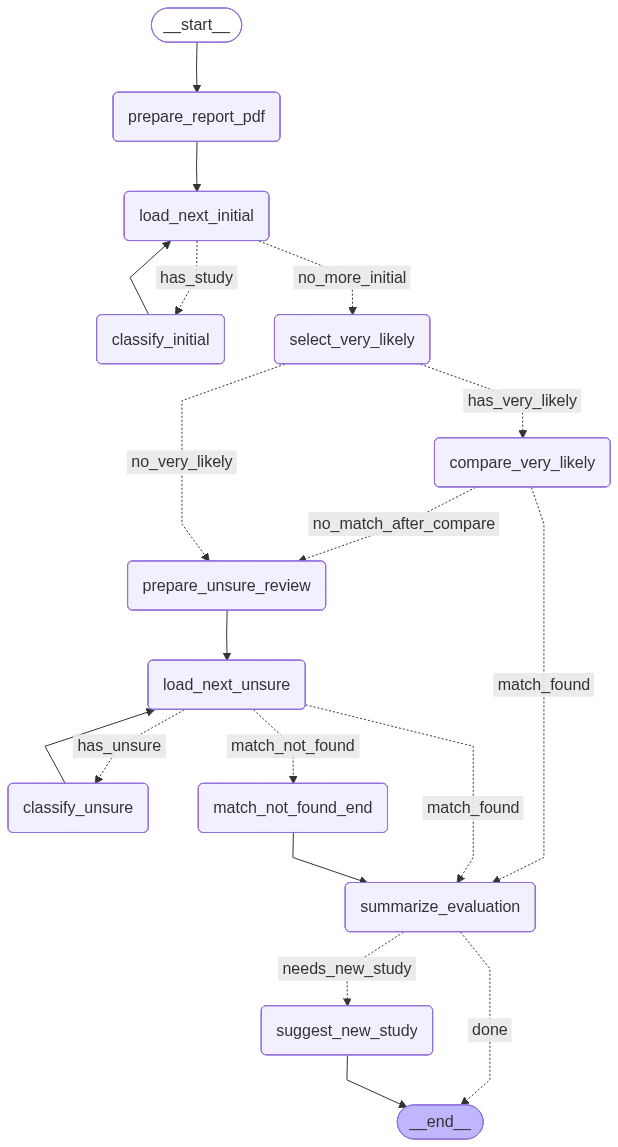
Before: backend/graph.png, a diagram exported from Mermaid (MaxiMittel/medidex). Its source is kept beside it as backend/graph.mmd.
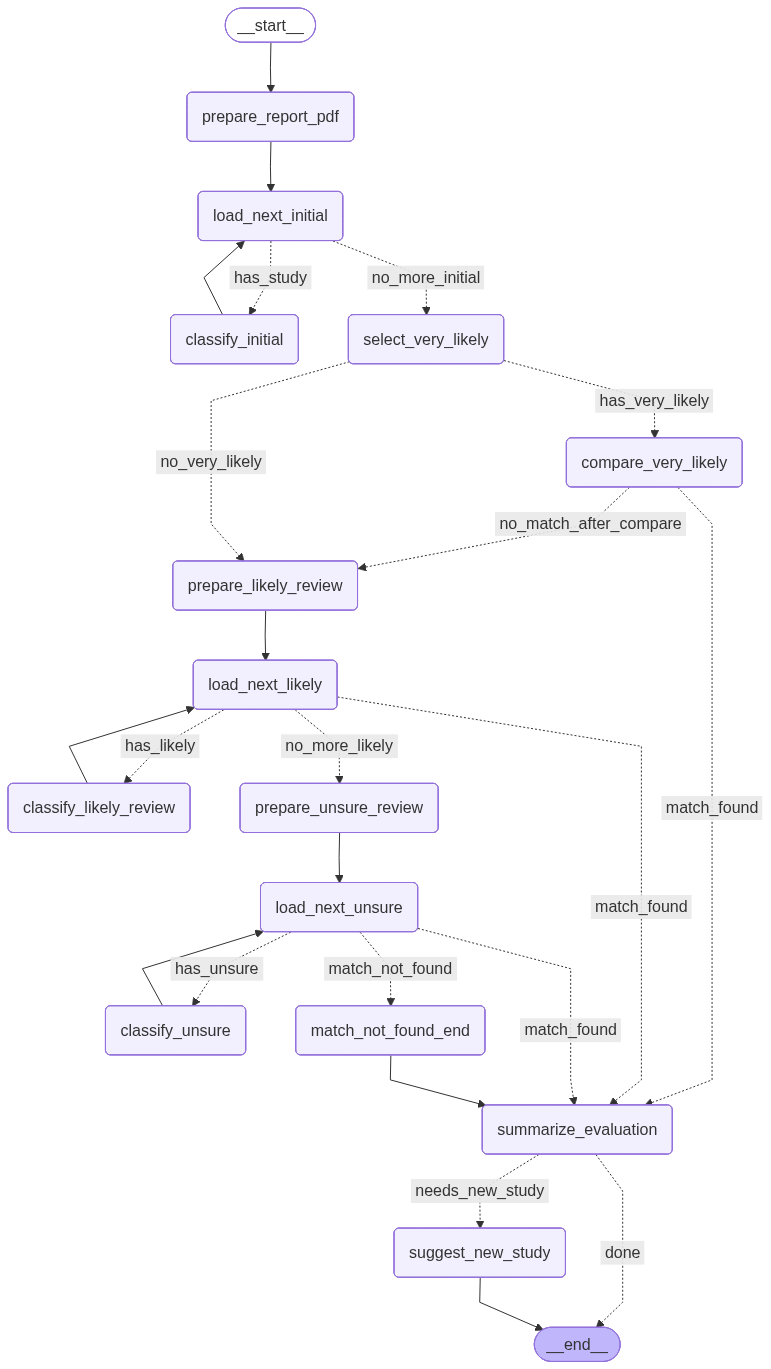
The same diagram one commit later.

What changed in the source:
```diff
@@ -10,6 +10,9 @@
 	classify_initial(classify_initial)
 	select_very_likely(select_very_likely)
 	compare_very_likely(compare_very_likely)
+	prepare_likely_review(prepare_likely_review)
+	load_next_likely(load_next_likely)
+	classify_likely_review(classify_likely_review)
 	prepare_unsure_review(prepare_unsure_review)
 	load_next_unsure(load_next_unsure)
 	classify_unsure(classify_unsure)
@@ -19,19 +22,24 @@
 	__end__([<p>__end__</p>]):::last
 	__start__ --> prepare_report_pdf;
 	classify_initial --> load_next_initial;
+	classify_likely_review --> load_next_likely;
 	classify_unsure --> load_next_unsure;
-	compare_very_likely -. &nbsp;no_match_after_compare&nbsp; .-> prepare_unsure_review;
+	compare_very_likely -. &nbsp;no_match_after_compare&nbsp; .-> prepare_likely_review;
 	compare_very_likely -. &nbsp;match_found&nbsp; .-> summarize_evaluation;
 	load_next_initial -. &nbsp;has_study&nbsp; .-> classify_initial;
 	load_next_initial -. &nbsp;no_more_initial&nbsp; .-> select_very_likely;
+	load_next_likely -. &nbsp;has_likely&nbsp; .-> classify_likely_review;
+	load_next_likely -. &nbsp;no_more_likely&nbsp; .-> prepare_unsure_review;
+	load_next_likely -. &nbsp;match_found&nbsp; .-> summarize_evaluation;
 	load_next_unsure -. &nbsp;has_unsure&nbsp; .-> classify_unsure;
 	load_next_unsure -. &nbsp;match_not_found&nbsp; .-> match_not_found_end;
 	load_next_unsure -. &nbsp;match_found&nbsp; .-> summarize_evaluation;
 	match_not_found_end --> summarize_evaluation;
+	prepare_likely_review --> load_next_likely;
 	prepare_report_pdf --> load_next_initial;
 	prepare_unsure_review --> load_next_unsure;
 	select_very_likely -. &nbsp;has_very_likely&nbsp; .-> compare_very_likely;
-	select_very_likely -. &nbsp;no_very_likely&nbsp; .-> prepare_unsure_review;
+	select_very_likely -. &nbsp;no_very_likely&nbsp; .-> prepare_likely_review;
 	summarize_evaluation -. &nbsp;done&nbsp; .-> __end__;
 	summarize_evaluation -. &nbsp;needs_new_study&nbsp; .-> suggest_new_study;
 	suggest_new_study --> __end__;
```
